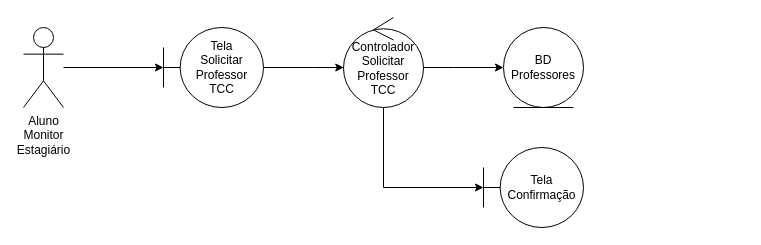
Above: Diagramas de Robustez/UC9.drawio in Blaaksing/APS-2025.1 (draw.io), before the change. Source tidied: cells renumbered, new cells numbered last; positions are measured from the earlier drawing's top-left corner, leaving out a move shared by most shapes. Both pictures are drawn from the tidied source at 100%, with x=0, y=0 at pixel (23, 17).
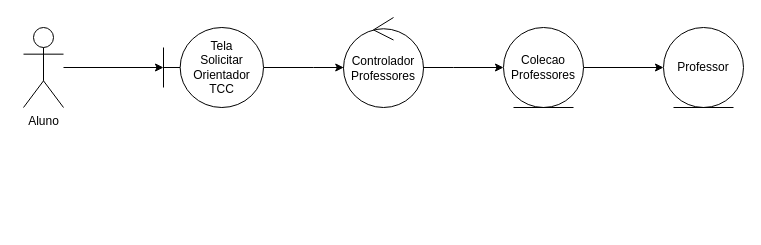
The same diagram, later.

Change to the diagram source:
```diff
@@
 <mxGraphModel>
   <root>
     <mxCell id="0" />
     <mxCell id="1" parent="0" />
     <mxCell id="2" style="edgeStyle=orthogonalEdgeStyle;rounded=0;jettySize=auto;html=1;" parent="1" edge="1" source="3" target="5">
       <mxGeometry relative="1" as="geometry" />
     </mxCell>
-    <mxCell id="3" value="Aluno&lt;div&gt;Monitor&lt;/div&gt;&lt;div&gt;Estagiário&lt;/div&gt;" style="shape=umlActor;verticalLabelPosition=bottom;verticalAlign=top;html=1;" parent="1" vertex="1">
+    <mxCell id="3" value="Aluno" style="shape=umlActor;verticalLabelPosition=bottom;verticalAlign=top;html=1;" parent="1" vertex="1">
       <mxGeometry y="10" width="40" height="80" as="geometry" />
     </mxCell>
     <mxCell id="4" style="edgeStyle=orthogonalEdgeStyle;rounded=0;jettySize=auto;html=1;" parent="1" edge="1" source="5" target="8">
       <mxGeometry relative="1" as="geometry">
         <Array as="points">
           <mxPoint x="290" y="50" />
           <mxPoint x="290" y="50" />
         </Array>
       </mxGeometry>
     </mxCell>
-    <mxCell id="5" value="Tela&lt;div&gt;Solicitar&lt;/div&gt;&lt;div&gt;&lt;span style=&quot;background-color: transparent; color: light-dark(rgb(0, 0, 0), rgb(255, 255, 255));&quot;&gt;Professor&lt;/span&gt;&lt;/div&gt;&lt;div&gt;TCC&lt;/div&gt;" style="shape=umlBoundary;whiteSpace=wrap;html=1;" parent="1" vertex="1">
+    <mxCell id="5" value="Tela&lt;div&gt;Solicitar&lt;/div&gt;&lt;div&gt;Orientador&lt;/div&gt;&lt;div&gt;TCC&lt;/div&gt;" style="shape=umlBoundary;whiteSpace=wrap;html=1;" parent="1" vertex="1">
       <mxGeometry x="140" y="10" width="100" height="80" as="geometry" />
     </mxCell>
     <mxCell id="6" style="edgeStyle=orthogonalEdgeStyle;rounded=0;jettySize=auto;html=1;" parent="1" edge="1" source="8" target="9">
       <mxGeometry relative="1" as="geometry">
         <Array as="points">
           <mxPoint x="430" y="50" />
           <mxPoint x="430" y="50" />
         </Array>
       </mxGeometry>
     </mxCell>
-    <mxCell id="7" style="edgeStyle=orthogonalEdgeStyle;rounded=0;jettySize=auto;html=1;" parent="1" edge="1" source="8" target="10">
-      <mxGeometry relative="1" as="geometry">
-        <Array as="points">
-          <mxPoint x="360" y="170" />
-        </Array>
-      </mxGeometry>
-    </mxCell>
-    <mxCell id="8" value="Controlador&lt;div&gt;Solicitar&lt;/div&gt;&lt;div&gt;Professor&lt;/div&gt;&lt;div&gt;TCC&lt;/div&gt;" style="ellipse;shape=umlControl;whiteSpace=wrap;html=1;" parent="1" vertex="1">
+    <mxCell id="8" value="Controlador&lt;div&gt;&lt;span style=&quot;background-color: transparent; color: light-dark(rgb(0, 0, 0), rgb(255, 255, 255));&quot;&gt;Professores&lt;/span&gt;&lt;/div&gt;" style="ellipse;shape=umlControl;whiteSpace=wrap;html=1;" parent="1" vertex="1">
       <mxGeometry x="320" width="80" height="90" as="geometry" />
     </mxCell>
+    <mxCell id="11" style="edgeStyle=orthogonalEdgeStyle;rounded=0;jettySize=auto;html=1;exitX=1;exitY=0.5;exitDx=0;exitDy=0;entryX=0;entryY=0.5;entryDx=0;entryDy=0;" parent="1" edge="1" source="9" target="12">
+      <mxGeometry relative="1" as="geometry" />
+    </mxCell>
-    <mxCell id="9" value="BD&lt;div&gt;Professores&lt;/div&gt;" style="ellipse;shape=umlEntity;whiteSpace=wrap;html=1;" parent="1" vertex="1">
+    <mxCell id="9" value="&lt;span style=&quot;background-color: transparent; color: light-dark(rgb(0, 0, 0), rgb(255, 255, 255));&quot;&gt;Colecao&lt;/span&gt;&lt;div&gt;&lt;span style=&quot;background-color: transparent; color: light-dark(rgb(0, 0, 0), rgb(255, 255, 255));&quot;&gt;Professores&lt;/span&gt;&lt;/div&gt;" style="ellipse;shape=umlEntity;whiteSpace=wrap;html=1;" parent="1" vertex="1">
       <mxGeometry x="480" y="10" width="80" height="80" as="geometry" />
     </mxCell>
-    <mxCell id="10" value="Tela&lt;div&gt;&lt;span style=&quot;background-color: transparent; color: light-dark(rgb(0, 0, 0), rgb(255, 255, 255));&quot;&gt;Confirmação&lt;/span&gt;&lt;/div&gt;" style="shape=umlBoundary;whiteSpace=wrap;html=1;" parent="1" vertex="1">
-      <mxGeometry x="460" y="130" width="100" height="80" as="geometry" />
-    </mxCell>
+    <mxCell id="12" value="Professor" style="ellipse;shape=umlEntity;whiteSpace=wrap;html=1;" parent="1" vertex="1">
+      <mxGeometry x="640" y="10" width="80" height="80" as="geometry" />
+    </mxCell>
   </root>
 </mxGraphModel>
```
